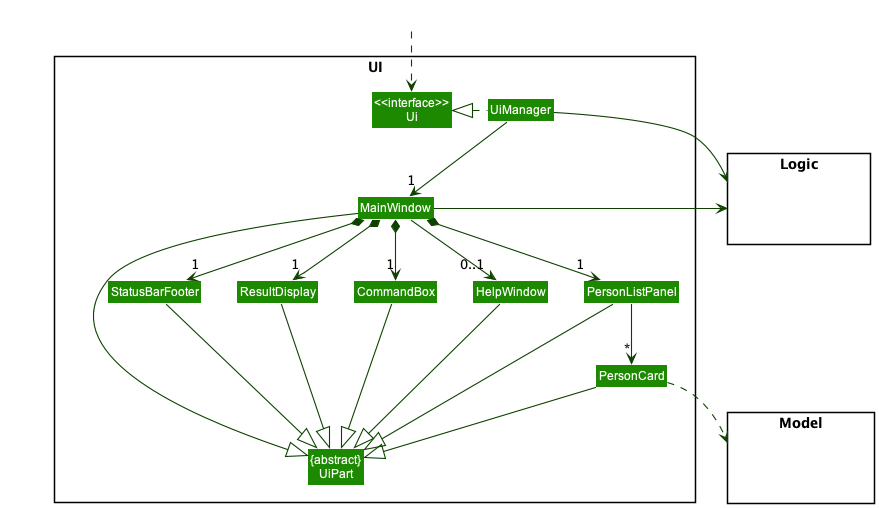
Above: docs/images/UiClassDiagram.png in nus-cs2103-AY2223S1/tp (PlantUML), before the change.
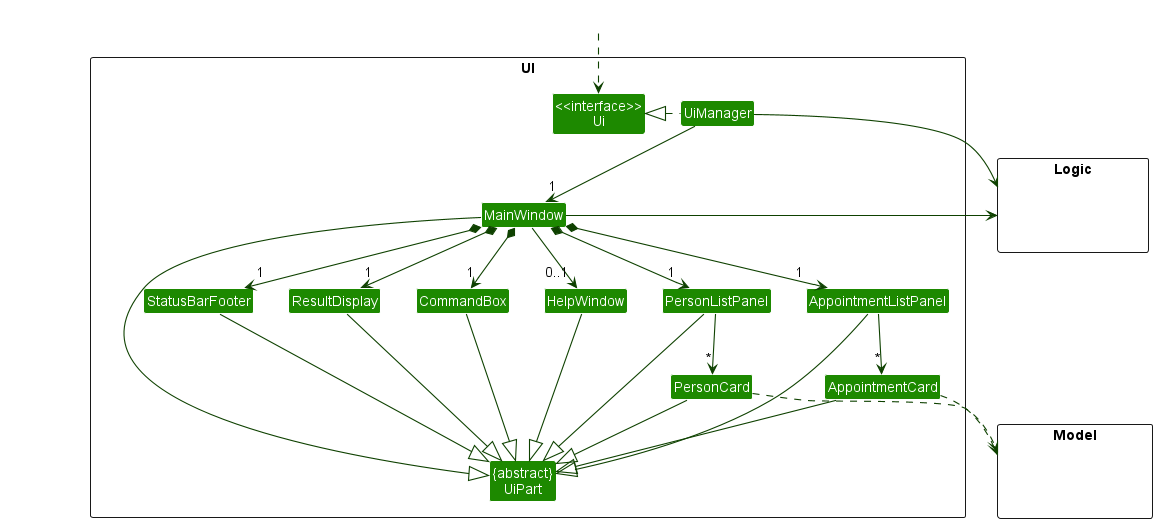
After the commit.

Diff of the diagram source:
```diff
@@ -13,6 +13,8 @@
 Class ResultDisplay
 Class PersonListPanel
 Class PersonCard
+Class AppointmentListPanel
+Class AppointmentCard
 Class StatusBarFooter
 Class CommandBox
 }
@@ -33,10 +35,12 @@
 MainWindow *-down->  "1" CommandBox
 MainWindow *-down-> "1" ResultDisplay
 MainWindow *-down-> "1" PersonListPanel
+MainWindow *-down-> "1" AppointmentListPanel
 MainWindow *-down-> "1" StatusBarFooter
 MainWindow --> "0..1" HelpWindow
 
 PersonListPanel -down-> "*" PersonCard
+AppointmentListPanel -down-> "*" AppointmentCard
 
 MainWindow -left-|> UiPart
 
@@ -44,10 +48,13 @@
 CommandBox --|> UiPart
 PersonListPanel --|> UiPart
 PersonCard --|> UiPart
+AppointmentListPanel --|> UiPart
+AppointmentCard --|> UiPart
 StatusBarFooter --|> UiPart
 HelpWindow --|> UiPart
 
 PersonCard ..> Model
+AppointmentCard ..> Model
 UiManager -right-> Logic
 MainWindow -left-> Logic
 
```
